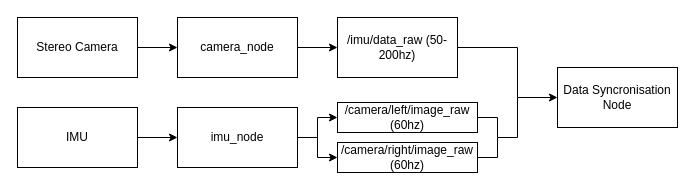
Before: docs/system_diagram/VIO Diagram.drawio in lucathebazooka/VIO, a draw.io diagram. Source tidied: cells renumbered, new cells numbered last; positions are measured from the earlier drawing's top-left corner, leaving out a move shared by most shapes. Both pictures are drawn from the tidied source at 100%, with x=0, y=0 at pixel (17, 17).
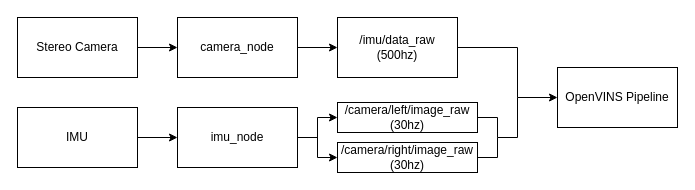
After the change.

Commit message:
Update VIO Diagram.drawio with OpenVINS Pipeline

Change to the diagram source:
```diff
@@
-    <mxCell id="14" value="/imu/data_raw (50-200hz)" style="rounded=0;whiteSpace=wrap;html=1;" parent="1" vertex="1">
+    <mxCell id="14" value="/imu/data_raw (500hz)" style="rounded=0;whiteSpace=wrap;html=1;" parent="1" vertex="1">
       <mxGeometry x="320" width="120" height="60" as="geometry" />
     </mxCell>
-    <mxCell id="15" value="/camera/left/image_raw (60hz)" style="rounded=0;whiteSpace=wrap;html=1;" parent="1" vertex="1">
+    <mxCell id="15" value="/camera/left/image_raw (30hz)" style="rounded=0;whiteSpace=wrap;html=1;" parent="1" vertex="1">
       <mxGeometry x="320" y="85" width="140" height="30" as="geometry" />
     </mxCell>
-    <mxCell id="16" value="/camera/right/image_raw (60hz)" style="rounded=0;whiteSpace=wrap;html=1;" parent="1" vertex="1">
+    <mxCell id="16" value="/camera/right/image_raw (30hz)" style="rounded=0;whiteSpace=wrap;html=1;" parent="1" vertex="1">
       <mxGeometry x="320" y="125" width="140" height="30" as="geometry" />
     </mxCell>
@@
-    <mxCell id="25" value="Data Syncronisation Node" style="rounded=0;whiteSpace=wrap;html=1;" parent="1" vertex="1">
+    <mxCell id="25" value="OpenVINS Pipeline" style="rounded=0;whiteSpace=wrap;html=1;" parent="1" vertex="1">
       <mxGeometry x="540" y="50" width="120" height="60" as="geometry" />
     </mxCell>
```
